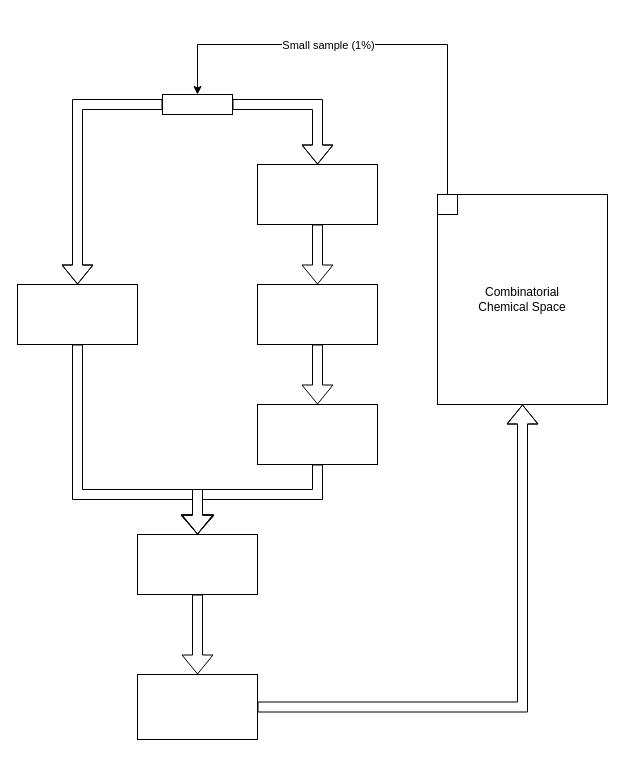
The draw.io diagram Untitled Diagram.drawio in pingshiyu/hello-world, before the edit. Source tidied: cells renumbered, new cells numbered last; positions are measured from the earlier drawing's top-left corner, leaving out a move shared by most shapes. Both pictures are drawn from the tidied source at 100%, with x=0, y=0 at pixel (17, 44).
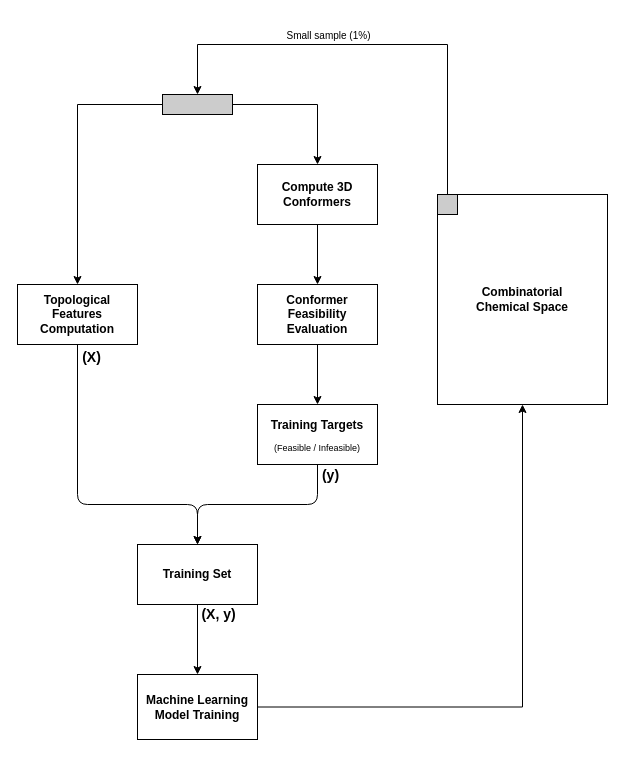
Above is the later version.

The change refers to these unchanged cells:
```xml
<mxCell id="19" style="endArrow=classic;html=1;exitX=0.5;exitY=0;exitDx=0;exitDy=0;entryX=0.5;entryY=0;entryDx=0;entryDy=0;rounded=0;" parent="1" edge="1" source="3" target="6">
  <mxGeometry relative="1" as="geometry">
    <Array as="points">
      <mxPoint x="430" />
      <mxPoint x="180" />
    </Array>
  </mxGeometry>
</mxCell>
```

The edit, as a diff of the source:
```diff
@@
-    <mxCell id="2" value="&lt;div&gt;Combinatorial &lt;br&gt;&lt;/div&gt;&lt;div&gt;Chemical Space&lt;/div&gt;" style="rounded=0;whiteSpace=wrap;html=1;" parent="1" vertex="1">
+    <mxCell id="2" value="&lt;div&gt;&lt;b&gt;Combinatorial &lt;br&gt;&lt;/b&gt;&lt;/div&gt;&lt;div&gt;&lt;b&gt;Chemical Space&lt;/b&gt;&lt;/div&gt;" style="rounded=0;whiteSpace=wrap;html=1;" parent="1" vertex="1">
       <mxGeometry x="420" y="150" width="170" height="210" as="geometry" />
     </mxCell>
-    <mxCell id="3" style="rounded=0;whiteSpace=wrap;html=1;" parent="1" vertex="1">
+    <mxCell id="3" style="rounded=0;whiteSpace=wrap;html=1;fillColor=#CCCCCC;" parent="1" vertex="1">
       <mxGeometry x="420" y="150" width="20" height="20" as="geometry" />
     </mxCell>
-    <mxCell id="4" style="edgeStyle=orthogonalEdgeStyle;shape=flexArrow;rounded=0;jettySize=auto;html=1;endArrow=block;endFill=0;endSize=6;" parent="1" edge="1" source="6" target="8">
+    <mxCell id="4" style="edgeStyle=orthogonalEdgeStyle;rounded=0;jettySize=auto;html=1;endArrow=classic;endFill=1;" parent="1" edge="1" source="6" target="8">
       <mxGeometry relative="1" as="geometry" />
     </mxCell>
-    <mxCell id="5" style="edgeStyle=orthogonalEdgeStyle;shape=flexArrow;rounded=0;jettySize=auto;html=1;entryX=0.5;entryY=0;entryDx=0;entryDy=0;endArrow=block;endFill=0;endSize=6;" parent="1" edge="1" source="6" target="12">
+    <mxCell id="5" style="edgeStyle=orthogonalEdgeStyle;rounded=0;jettySize=auto;html=1;entryX=0.5;entryY=0;entryDx=0;entryDy=0;endArrow=classic;endFill=1;" parent="1" edge="1" source="6" target="12">
       <mxGeometry relative="1" as="geometry" />
     </mxCell>
-    <mxCell id="6" style="rounded=0;whiteSpace=wrap;html=1;" parent="1" vertex="1">
+    <mxCell id="6" style="rounded=0;whiteSpace=wrap;html=1;labelBackgroundColor=#BABABA;fillColor=#CCCCCC;" parent="1" vertex="1">
       <mxGeometry x="145" y="50" width="70" height="20" as="geometry" />
     </mxCell>
-    <mxCell id="7" style="edgeStyle=orthogonalEdgeStyle;shape=flexArrow;rounded=0;jettySize=auto;html=1;endArrow=block;" parent="1" edge="1" source="8">
-      <mxGeometry relative="1" as="geometry">
-        <mxPoint x="180" y="490" as="targetPoint" />
-        <Array as="points">
-          <mxPoint x="60" y="450" />
-          <mxPoint x="180" y="450" />
-        </Array>
-      </mxGeometry>
-    </mxCell>
-    <mxCell id="8" style="rounded=0;whiteSpace=wrap;html=1;" parent="1" vertex="1">
+    <mxCell id="8" value="&lt;b&gt;Topological Features Computation&lt;/b&gt;" style="rounded=0;whiteSpace=wrap;html=1;" parent="1" vertex="1">
       <mxGeometry y="240" width="120" height="60" as="geometry" />
     </mxCell>
-    <mxCell id="9" style="edgeStyle=orthogonalEdgeStyle;shape=flexArrow;rounded=0;jettySize=auto;html=1;entryX=0.5;entryY=0;entryDx=0;entryDy=0;" parent="1" edge="1" source="10" target="14">
+    <mxCell id="9" style="edgeStyle=orthogonalEdgeStyle;rounded=0;jettySize=auto;html=1;entryX=0.5;entryY=0;entryDx=0;entryDy=0;" parent="1" edge="1" source="10" target="14">
       <mxGeometry relative="1" as="geometry" />
     </mxCell>
-    <mxCell id="10" style="rounded=0;whiteSpace=wrap;html=1;" parent="1" vertex="1">
+    <mxCell id="10" value="&lt;b&gt;Conformer Feasibility Evaluation&lt;br&gt;&lt;/b&gt;" style="rounded=0;whiteSpace=wrap;html=1;spacing=5;" parent="1" vertex="1">
       <mxGeometry x="240" y="240" width="120" height="60" as="geometry" />
     </mxCell>
-    <mxCell id="11" style="edgeStyle=orthogonalEdgeStyle;shape=flexArrow;rounded=0;jettySize=auto;html=1;entryX=0.5;entryY=0;entryDx=0;entryDy=0;" parent="1" edge="1" source="12" target="10">
+    <mxCell id="11" style="edgeStyle=orthogonalEdgeStyle;rounded=0;jettySize=auto;html=1;entryX=0.5;entryY=0;entryDx=0;entryDy=0;" parent="1" edge="1" source="12" target="10">
       <mxGeometry relative="1" as="geometry" />
     </mxCell>
-    <mxCell id="12" style="rounded=0;whiteSpace=wrap;html=1;" parent="1" vertex="1">
+    <mxCell id="12" value="&lt;b&gt;Compute 3D Conformers&lt;br&gt;&lt;/b&gt;" style="rounded=0;whiteSpace=wrap;html=1;" parent="1" vertex="1">
       <mxGeometry x="240" y="120" width="120" height="60" as="geometry" />
     </mxCell>
-    <mxCell id="13" style="edgeStyle=orthogonalEdgeStyle;shape=flexArrow;rounded=0;jettySize=auto;html=1;endWidth=22;endSize=6;endArrow=block;endFill=0;" parent="1" edge="1" source="14" target="16">
-      <mxGeometry relative="1" as="geometry">
-        <Array as="points">
-          <mxPoint x="300" y="450" />
-          <mxPoint x="180" y="450" />
-        </Array>
-      </mxGeometry>
-    </mxCell>
-    <mxCell id="14" style="rounded=0;whiteSpace=wrap;html=1;" parent="1" vertex="1">
+    <mxCell id="14" value="&lt;div&gt;&lt;h3 style=&quot;line-height: 50%&quot;&gt;&lt;font style=&quot;font-size: 12px&quot;&gt;Training Targets&lt;/font&gt;&lt;/h3&gt;&lt;/div&gt;&lt;div style=&quot;line-height: 70% ; font-size: 10px&quot;&gt;&lt;p style=&quot;line-height: 90%&quot;&gt;&lt;font style=&quot;font-size: 9px&quot;&gt;(Feasible / Infeasible)&lt;/font&gt;&lt;/p&gt;&lt;/div&gt;" style="rounded=0;whiteSpace=wrap;html=1;" parent="1" vertex="1">
       <mxGeometry x="240" y="360" width="120" height="60" as="geometry" />
     </mxCell>
-    <mxCell id="15" style="edgeStyle=orthogonalEdgeStyle;shape=flexArrow;rounded=0;jettySize=auto;html=1;endArrow=block;endFill=0;endSize=6;" parent="1" edge="1" source="16" target="18">
-      <mxGeometry relative="1" as="geometry" />
-    </mxCell>
-    <mxCell id="16" style="rounded=0;whiteSpace=wrap;html=1;" parent="1" vertex="1">
-      <mxGeometry x="120" y="490" width="120" height="60" as="geometry" />
+    <mxCell id="16" value="&lt;b&gt;Training Set&lt;/b&gt;" style="rounded=0;whiteSpace=wrap;html=1;" parent="1" vertex="1">
+      <mxGeometry x="120" y="500" width="120" height="60" as="geometry" />
     </mxCell>
-    <mxCell id="17" style="edgeStyle=orthogonalEdgeStyle;shape=flexArrow;rounded=0;jettySize=auto;html=1;" parent="1" edge="1" source="18" target="2">
+    <mxCell id="17" style="edgeStyle=orthogonalEdgeStyle;rounded=0;jettySize=auto;html=1;" parent="1" edge="1" source="18" target="2">
       <mxGeometry relative="1" as="geometry" />
     </mxCell>
-    <mxCell id="18" style="rounded=0;whiteSpace=wrap;html=1;" parent="1" vertex="1">
+    <mxCell id="18" value="&lt;b&gt;Machine Learning Model Training&lt;br&gt;&lt;/b&gt;" style="rounded=0;whiteSpace=wrap;html=1;" parent="1" vertex="1">
       <mxGeometry x="120" y="630" width="120" height="65" as="geometry" />
     </mxCell>
@@
-    <mxCell id="20" value="Small sample (1%)" style="edgeLabel;html=1;align=center;verticalAlign=middle;" parent="19" vertex="1">
+    <mxCell id="20" value="&lt;p&gt;&lt;font style=&quot;font-size: 10px&quot;&gt;Small sample (1%)&lt;/font&gt;&lt;/p&gt;" style="edgeLabel;html=1;align=center;verticalAlign=middle;labelBackgroundColor=none;" parent="19" vertex="1">
       <mxGeometry relative="1" as="geometry">
-        <mxPoint x="-45" as="offset" />
+        <mxPoint x="-45" y="-10" as="offset" />
       </mxGeometry>
     </mxCell>
+    <mxCell id="21" style="endArrow=classic;html=1;strokeColor=#000000;exitX=0.5;exitY=1;exitDx=0;exitDy=0;entryX=0.5;entryY=0;entryDx=0;entryDy=0;" parent="1" edge="1" source="8" target="16">
+      <mxGeometry relative="1" as="geometry">
+        <Array as="points">
+          <mxPoint x="60" y="460" />
+          <mxPoint x="180" y="460" />
+        </Array>
+      </mxGeometry>
+    </mxCell>
+    <mxCell id="22" value="&lt;h2 style=&quot;font-size: 14px;&quot;&gt;(X)&lt;/h2&gt;" style="edgeLabel;html=1;align=center;verticalAlign=middle;labelBackgroundColor=none;fontSize=14;" parent="21" vertex="1">
+      <mxGeometry x="-0.33" y="-2" relative="1" as="geometry">
+        <mxPoint x="15" y="-94.1" as="offset" />
+      </mxGeometry>
+    </mxCell>
+    <mxCell id="15" style="endArrow=classic;html=1;strokeColor=#000000;exitX=0.5;exitY=1;exitDx=0;exitDy=0;" parent="1" edge="1" source="16" target="18">
+      <mxGeometry relative="1" as="geometry" />
+    </mxCell>
+    <mxCell id="23" value="&lt;font style=&quot;font-size: 14px;&quot;&gt;&lt;b style=&quot;font-size: 14px;&quot;&gt;(X, y)&lt;br style=&quot;font-size: 14px;&quot;&gt;&lt;/b&gt;&lt;/font&gt;" style="edgeLabel;html=1;align=center;verticalAlign=middle;fontSize=14;" parent="15" vertex="1">
+      <mxGeometry relative="1" as="geometry">
+        <mxPoint x="20" y="-25.2" as="offset" />
+      </mxGeometry>
+    </mxCell>
+    <mxCell id="13" style="endArrow=classic;html=1;strokeColor=#000000;exitX=0.5;exitY=1;exitDx=0;exitDy=0;entryX=0.5;entryY=0;entryDx=0;entryDy=0;" parent="1" edge="1" source="14" target="16">
+      <mxGeometry relative="1" as="geometry">
+        <Array as="points">
+          <mxPoint x="300" y="460" />
+          <mxPoint x="180" y="460" />
+        </Array>
+      </mxGeometry>
+    </mxCell>
+    <mxCell id="24" value="&lt;h2 style=&quot;font-size: 14px;&quot;&gt;(y)&lt;/h2&gt;" style="edgeLabel;html=1;align=center;verticalAlign=middle;spacing=1;labelBackgroundColor=none;fontSize=14;" parent="13" vertex="1">
+      <mxGeometry x="-1" relative="1" as="geometry">
+        <mxPoint x="12" y="10" as="offset" />
+      </mxGeometry>
+    </mxCell>
```
